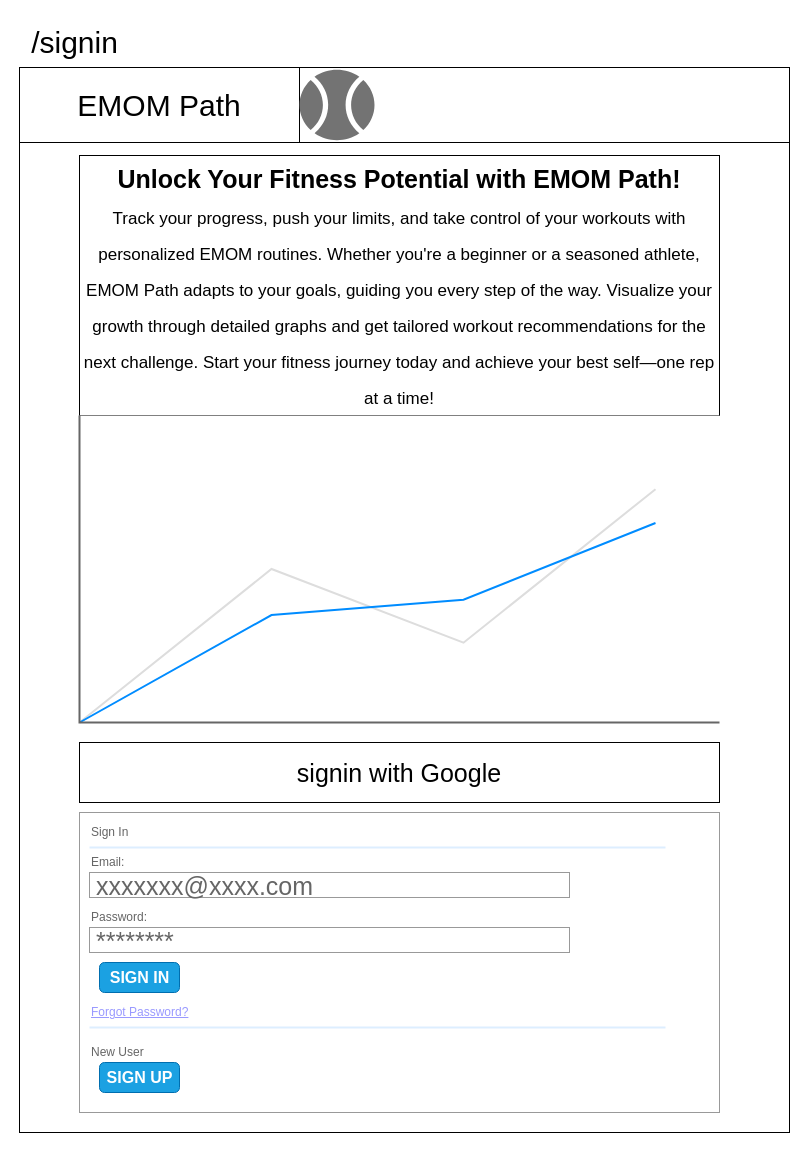
Earlier version of the draw.io diagram page "/auth/signin" (1 of 16) of blueprints/emompath_WF.dio (Shuheitkhs/emompath). Source tidied: cells renumbered, new cells numbered last; positions are measured from the earlier drawing's top-left corner, leaving out a move shared by most shapes. Both pictures are drawn from the tidied source at 100%, with x=0, y=0 at pixel (19, 17).
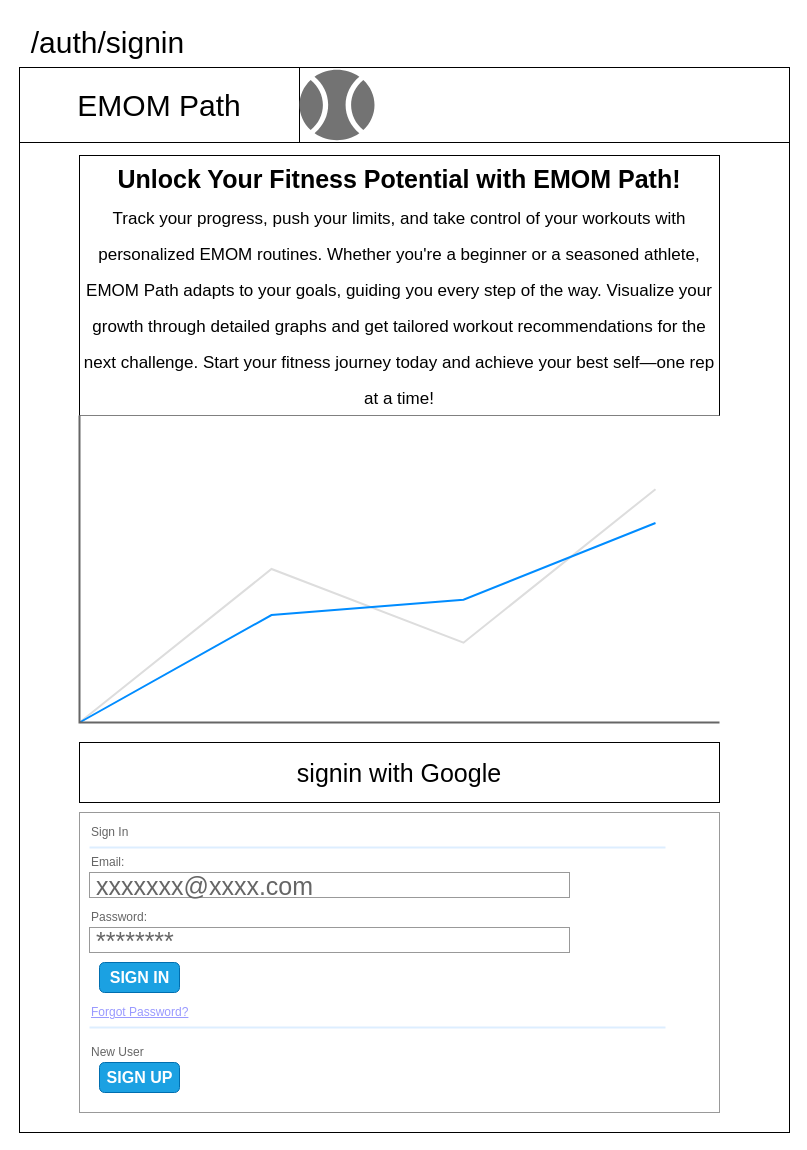
The same diagram, later.

The edit, as a diff of the source:
```diff
@@
-    <mxCell id="3" value="&lt;font style=&quot;font-size: 30px;&quot;&gt;/signin&lt;/font&gt;" style="text;html=1;align=center;verticalAlign=middle;strokeColor=none;fillColor=none;" parent="1" vertex="1">
-      <mxGeometry width="110" height="50" as="geometry" />
+    <mxCell id="3" value="&lt;font style=&quot;font-size: 30px;&quot;&gt;/auth/signin&lt;/font&gt;" style="text;html=1;align=center;verticalAlign=middle;strokeColor=none;fillColor=none;" parent="1" vertex="1">
+      <mxGeometry x="-2" width="180" height="50" as="geometry" />
     </mxCell>
```
